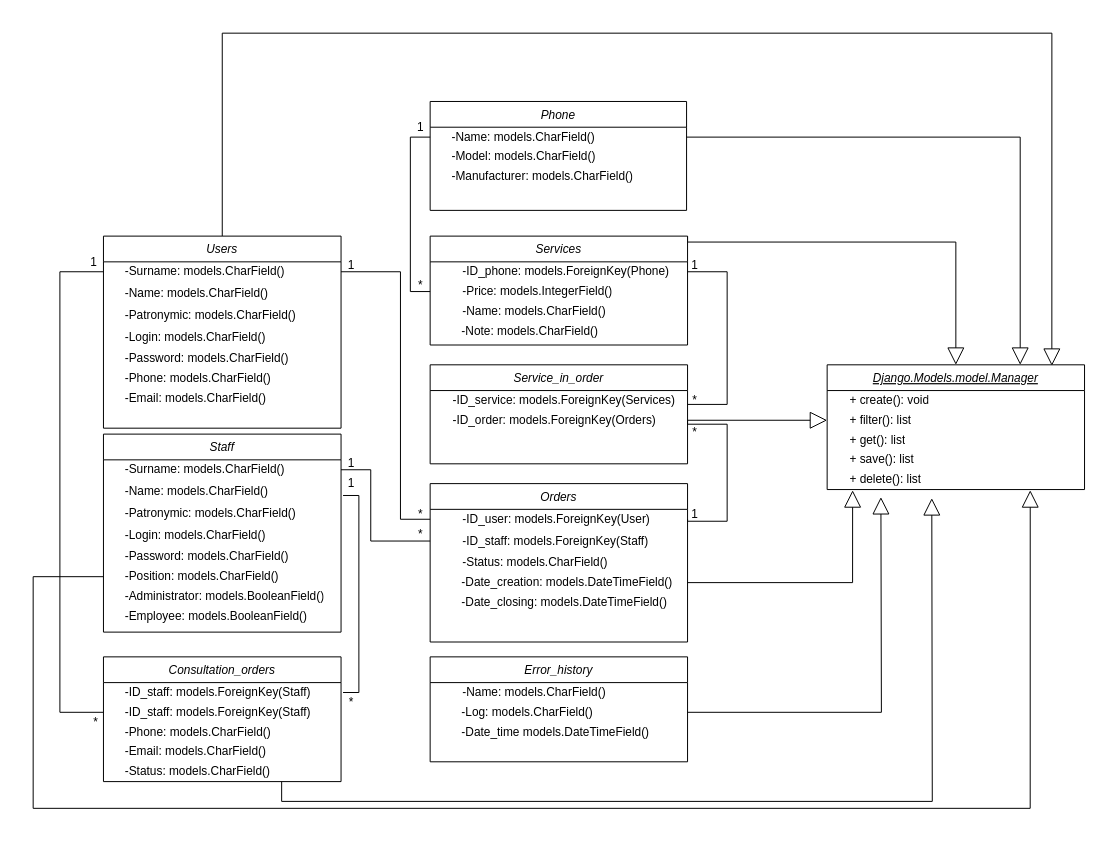
The draw.io diagram page "Физическая диаграмма классов приложения" (3 of 5) of Курсач/Диаграммы/Диаграмма классов анализа.drawio in JolyBin/Valeriy, before the edit. Source tidied: cells renumbered, new cells numbered last; positions are measured from the earlier drawing's top-left corner, leaving out a move shared by most shapes. Both pictures are drawn from the tidied source at 99%, with x=0, y=0 at pixel (33, 33).
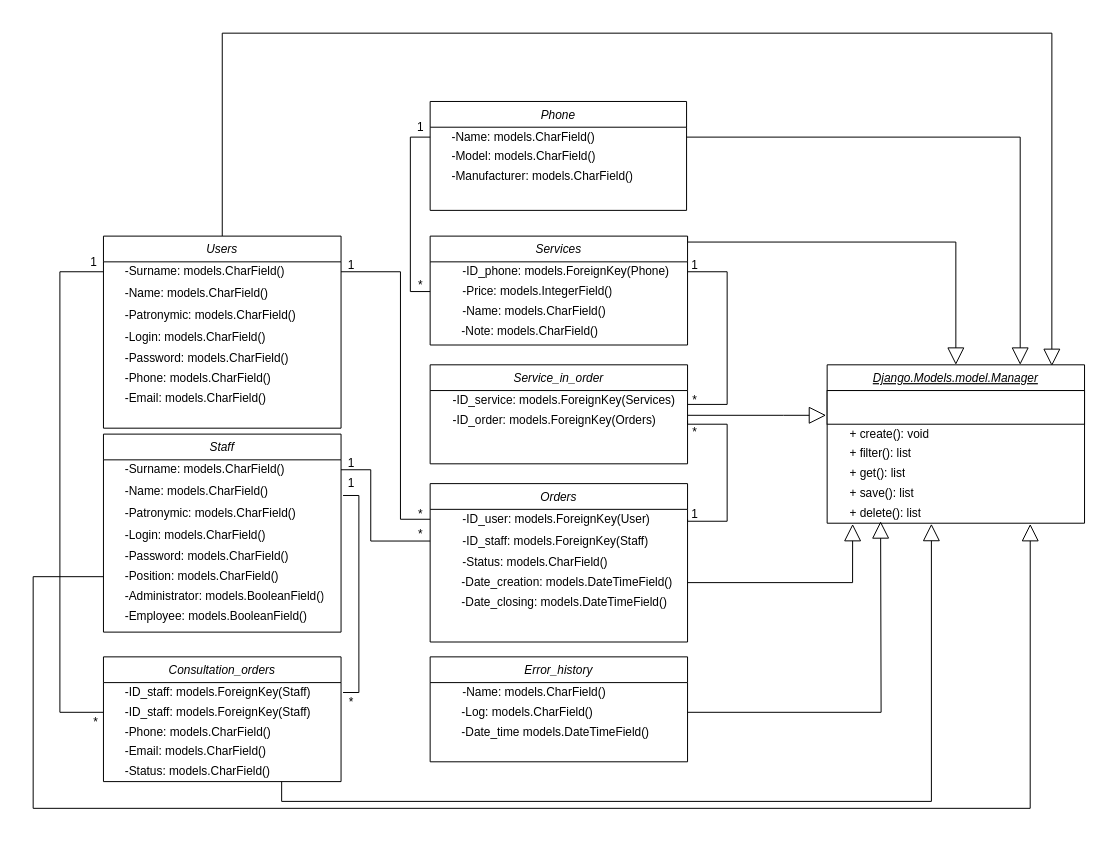
Above is the later version.

Unchanged cells that the change refers to:
```xml
<mxCell id="83" value="Consultation_orders" style="swimlane;fontStyle=2;align=center;verticalAlign=top;horizontal=1;startSize=26;rounded=0;shadow=0;strokeWidth=1;" parent="1" vertex="1">
  <mxGeometry x="71" y="630" width="240" height="126" as="geometry" />
</mxCell>
<mxCell id="105" style="shape=partialRectangle;html=1;whiteSpace=wrap;fillColor=none;top=0;left=0;bottom=0;right=0;points=[[0,0.5],[1,0.5]];portConstraint=eastwest;" parent="100" vertex="1">
  <mxGeometry y="46" width="260" height="20" as="geometry" />
</mxCell>
<mxCell id="116" style="shape=partialRectangle;html=1;whiteSpace=wrap;fillColor=none;top=0;left=0;bottom=0;right=0;points=[[0,0.5],[1,0.5]];portConstraint=eastwest;" parent="112" vertex="1">
  <mxGeometry y="20" width="260" height="20" as="geometry" />
</mxCell>
<mxCell id="157" style="shape=partialRectangle;html=1;whiteSpace=wrap;fillColor=none;top=0;left=0;bottom=0;right=0;points=[[0,0.5],[1,0.5]];portConstraint=eastwest;" parent="153" vertex="1">
  <mxGeometry y="20" width="260" height="20" as="geometry" />
</mxCell>
```

Change to the diagram source:
```diff
@@
-    <mxCell id="82" style="edgeStyle=orthogonalEdgeStyle;rounded=0;jettySize=auto;html=1;exitX=0.75;exitY=1;exitDx=0;exitDy=0;endArrow=block;endFill=0;endSize=15;" parent="1" edge="1" source="83">
-      <mxGeometry relative="1" as="geometry">
-        <mxPoint x="907.7" y="469.7" as="targetPoint" />
-      </mxGeometry>
+    <mxCell id="82" style="edgeStyle=orthogonalEdgeStyle;rounded=0;jettySize=auto;html=1;exitX=0.75;exitY=1;exitDx=0;exitDy=0;endArrow=block;endFill=0;endSize=15;entryX=0.405;entryY=1.03;entryDx=0;entryDy=0;entryPerimeter=0;" parent="1" edge="1" source="83" target="166">
+      <mxGeometry relative="1" as="geometry" />
     </mxCell>
@@
     <mxCell id="152" value="Django.Models.model.Manager" style="swimlane;fontStyle=6;align=center;verticalAlign=top;horizontal=1;startSize=26;rounded=0;shadow=0;strokeWidth=1;" parent="1" vertex="1">
-      <mxGeometry x="802" y="335" width="260" height="126" as="geometry" />
+      <mxGeometry x="802" y="335" width="260" height="160" as="geometry" />
     </mxCell>
+    <mxCell id="180" style="rounded=0;whiteSpace=wrap;html=1;strokeColor=#000000;" parent="152" vertex="1">
+      <mxGeometry y="26" width="260" height="34" as="geometry" />
+    </mxCell>
     <mxCell id="153" style="shape=table;html=1;whiteSpace=wrap;startSize=0;childLayout=tableLayout;fillColor=none;align=left;strokeColor=none;" parent="152" vertex="1">
-      <mxGeometry y="26" width="260" height="40" as="geometry" />
+      <mxGeometry y="60" width="260" height="40" as="geometry" />
     </mxCell>
@@
     <mxCell id="160" style="shape=partialRectangle;html=1;whiteSpace=wrap;fillColor=none;top=0;left=0;bottom=0;right=0;" parent="152" vertex="1">
-      <mxGeometry y="66" width="260" height="20" as="geometry" />
+      <mxGeometry y="100" width="260" height="20" as="geometry" />
     </mxCell>
@@
     <mxCell id="163" style="shape=partialRectangle;html=1;whiteSpace=wrap;fillColor=none;top=0;left=0;bottom=0;right=0;" parent="152" vertex="1">
-      <mxGeometry y="86" width="260" height="20" as="geometry" />
+      <mxGeometry y="120" width="260" height="20" as="geometry" />
     </mxCell>
@@
     <mxCell id="166" style="shape=partialRectangle;html=1;whiteSpace=wrap;fillColor=none;top=0;left=0;bottom=0;right=0;points=[[0,0.5],[1,0.5]];portConstraint=eastwest;" parent="152" vertex="1">
-      <mxGeometry y="106" width="260" height="20" as="geometry" />
+      <mxGeometry y="140" width="260" height="20" as="geometry" />
     </mxCell>
@@
-    <mxCell id="170" style="edgeStyle=orthogonalEdgeStyle;rounded=0;jettySize=auto;html=1;entryX=0;entryY=0.5;entryDx=0;entryDy=0;endArrow=block;endFill=0;endSize=15;" parent="1" edge="1" source="116" target="157">
-      <mxGeometry relative="1" as="geometry" />
+    <mxCell id="170" style="edgeStyle=orthogonalEdgeStyle;rounded=0;jettySize=auto;html=1;endArrow=block;endFill=0;endSize=15;" parent="1" edge="1" source="116">
+      <mxGeometry relative="1" as="geometry">
+        <mxPoint x="801" y="386" as="targetPoint" />
+        <Array as="points">
+          <mxPoint x="758" y="386" />
+          <mxPoint x="758" y="386" />
+        </Array>
+      </mxGeometry>
     </mxCell>
@@
     <mxCell id="172" style="edgeStyle=orthogonalEdgeStyle;rounded=0;jettySize=auto;html=1;endArrow=block;endFill=0;endSize=15;" parent="1" edge="1" source="105">
       <mxGeometry relative="1" as="geometry">
-        <mxPoint x="856.3" y="468.6" as="targetPoint" />
+        <mxPoint x="856" y="493" as="targetPoint" />
       </mxGeometry>
     </mxCell>
```
